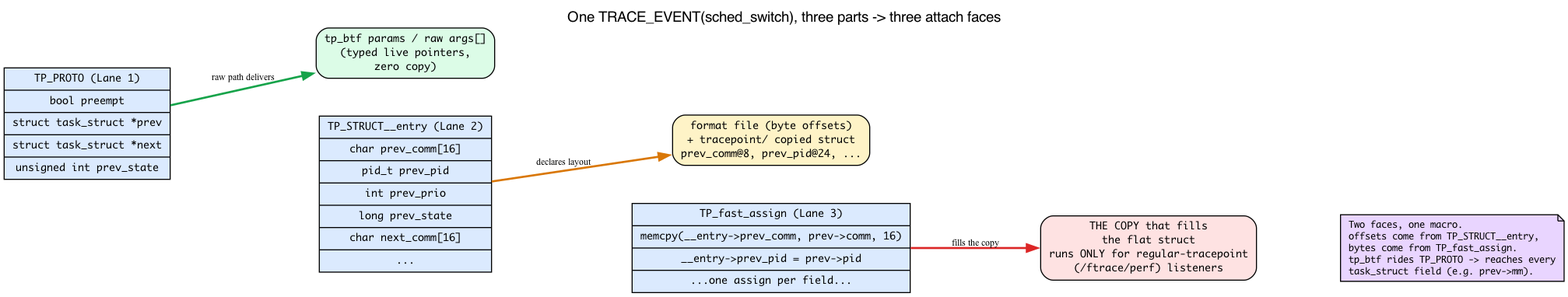
This is ebpf/src/diagrams/day08_trace_event_macro.png from biefy/books, a Graphviz export, as it was before one commit. Its source is kept beside it as ebpf/src/diagrams/src/day08_trace_event_macro.dot. The source it was exported from:
```dot
digraph trace_event_macro {
    rankdir=LR;
    labelloc=t;
    label="One TRACE_EVENT(sched_switch), three parts -> three attach faces";
    fontname="Helvetica"; fontsize=14;
    node [fontname="Monaco", fontsize=10];
    nodesep=0.5; ranksep=1.1;

    proto [shape=record, style="filled", fillcolor="#dbeafe",
           label="TP_PROTO  (Lane 1)|bool preempt|struct task_struct *prev|struct task_struct *next|unsigned int prev_state"];
    proto_out [shape=box, style="filled,rounded", fillcolor="#dcfce7",
               label="tp_btf params / raw args[]\n(typed live pointers,\nzero copy)"];

    entry [shape=record, style="filled", fillcolor="#dbeafe",
           label="TP_STRUCT__entry  (Lane 2)|char prev_comm[16]|pid_t prev_pid|int prev_prio|long prev_state|char next_comm[16]|..."];
    entry_out [shape=box, style="filled,rounded", fillcolor="#fef3c7",
               label="format file (byte offsets)\n+ tracepoint/ copied struct\nprev_comm@8, prev_pid@24, ..."];

    assign [shape=record, style="filled", fillcolor="#dbeafe",
            label="TP_fast_assign  (Lane 3)|memcpy(__entry-\>prev_comm, prev-\>comm, 16)|__entry-\>prev_pid = prev-\>pid|...one assign per field..."];
    assign_out [shape=box, style="filled,rounded", fillcolor="#fee2e2",
                label="THE COPY that fills\nthe flat struct\nruns ONLY for regular-tracepoint\n(/ftrace/perf) listeners"];

    proto  -> proto_out  [label="raw path delivers", color="#16a34a", style=bold, fontsize=9];
    entry  -> entry_out  [label="declares layout", color="#d97706", style=bold, fontsize=9];
    assign -> assign_out [label="fills the copy", color="#dc2626", style=bold, fontsize=9];

    proto -> entry [style=invis];
    entry -> assign [style=invis];

    note [shape=note, style="filled", fillcolor="#e9d5ff", fontsize=9,
          label="Two faces, one macro.\loffsets come from TP_STRUCT__entry,\lbytes come from TP_fast_assign.\ltp_btf rides TP_PROTO -> reaches every\ltask_struct field (e.g. prev->mm).\l"];
    assign_out -> note [style=invis];
}
```
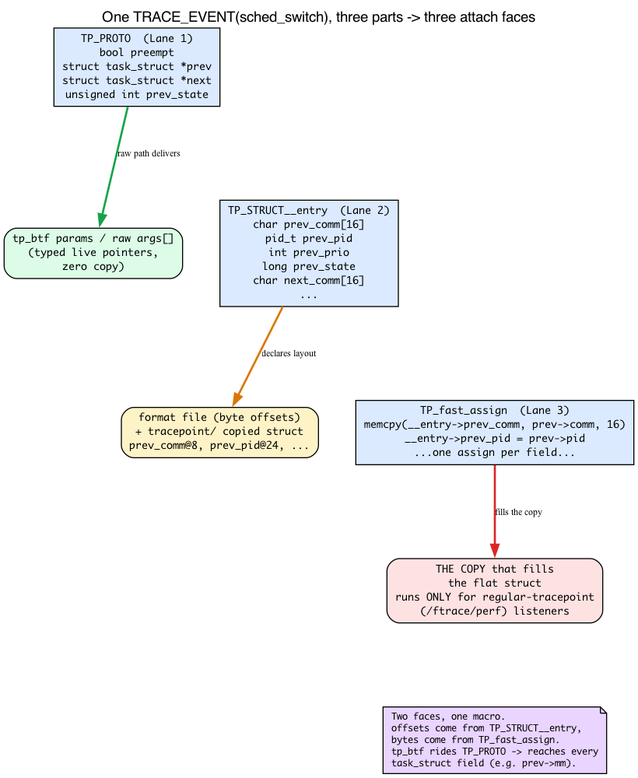
The same diagram one commit later.

Change to the diagram source:
```diff
@@ -1,23 +1,23 @@
 digraph trace_event_macro {
-    rankdir=LR;
+    rankdir=TB;
     labelloc=t;
     label="One TRACE_EVENT(sched_switch), three parts -> three attach faces";
     fontname="Helvetica"; fontsize=14;
     node [fontname="Monaco", fontsize=10];
     nodesep=0.5; ranksep=1.1;
 
-    proto [shape=record, style="filled", fillcolor="#dbeafe",
-           label="TP_PROTO  (Lane 1)|bool preempt|struct task_struct *prev|struct task_struct *next|unsigned int prev_state"];
+    proto [shape=box, style="filled", fillcolor="#dbeafe",
+           label="TP_PROTO  (Lane 1)\nbool preempt\nstruct task_struct *prev\nstruct task_struct *next\nunsigned int prev_state"];
     proto_out [shape=box, style="filled,rounded", fillcolor="#dcfce7",
                label="tp_btf params / raw args[]\n(typed live pointers,\nzero copy)"];
 
-    entry [shape=record, style="filled", fillcolor="#dbeafe",
-           label="TP_STRUCT__entry  (Lane 2)|char prev_comm[16]|pid_t prev_pid|int prev_prio|long prev_state|char next_comm[16]|..."];
+    entry [shape=box, style="filled", fillcolor="#dbeafe",
+           label="TP_STRUCT__entry  (Lane 2)\nchar prev_comm[16]\npid_t prev_pid\nint prev_prio\nlong prev_state\nchar next_comm[16]\n..."];
     entry_out [shape=box, style="filled,rounded", fillcolor="#fef3c7",
                label="format file (byte offsets)\n+ tracepoint/ copied struct\nprev_comm@8, prev_pid@24, ..."];
 
-    assign [shape=record, style="filled", fillcolor="#dbeafe",
-            label="TP_fast_assign  (Lane 3)|memcpy(__entry-\>prev_comm, prev-\>comm, 16)|__entry-\>prev_pid = prev-\>pid|...one assign per field..."];
+    assign [shape=box, style="filled", fillcolor="#dbeafe",
+            label="TP_fast_assign  (Lane 3)\nmemcpy(__entry->prev_comm, prev->comm, 16)\n__entry->prev_pid = prev->pid\n...one assign per field..."];
     assign_out [shape=box, style="filled,rounded", fillcolor="#fee2e2",
                 label="THE COPY that fills\nthe flat struct\nruns ONLY for regular-tracepoint\n(/ftrace/perf) listeners"];
 
```
